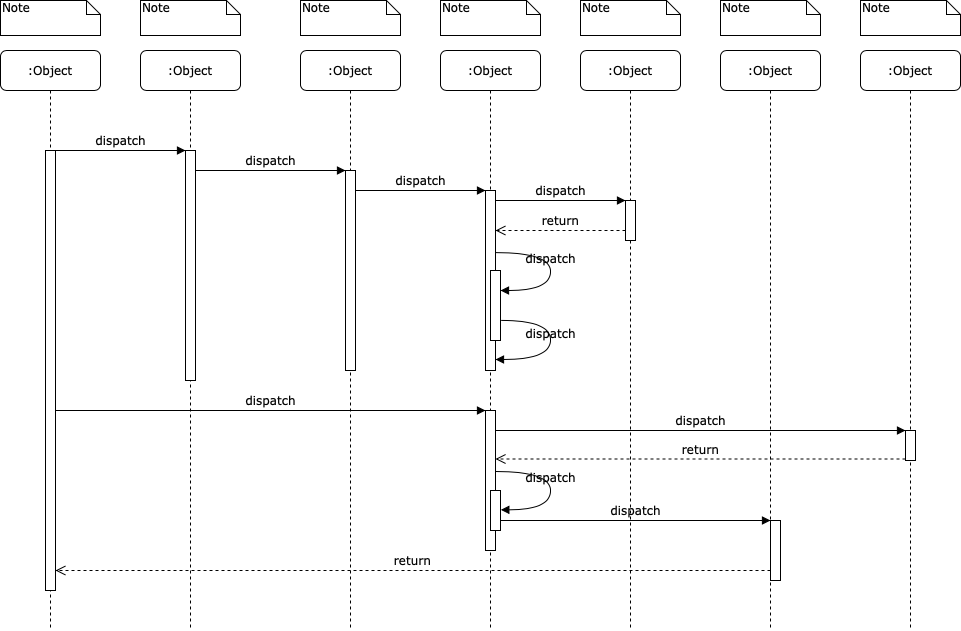
The draw.io diagram ecommerce.drawio.png in hanukathas/system-design-diagrams, before a commit. Source tidied: cells renumbered, new cells last; positions are measured from the earlier drawing's top-left corner, leaving out a move shared by most shapes.
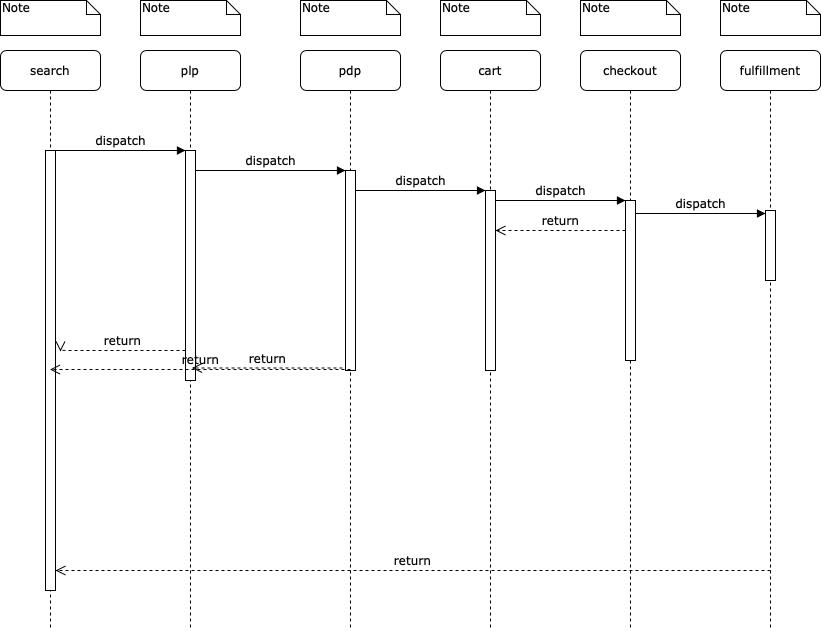
After the commit.

What changed in the source:
```diff
@@ -2,31 +2,57 @@
   <root>
     <mxCell id="0" />
     <mxCell id="1" parent="0" />
-    <mxCell id="2" value=":Object" style="shape=umlLifeline;perimeter=lifelinePerimeter;whiteSpace=wrap;html=1;rounded=1;shadow=0;comic=0;labelBackgroundColor=none;strokeWidth=1;fontFamily=Verdana;fontSize=12;align=center;" parent="1" vertex="1">
+    <mxCell id="2" value="plp" style="shape=umlLifeline;perimeter=lifelinePerimeter;whiteSpace=wrap;html=1;rounded=1;shadow=0;comic=0;labelBackgroundColor=none;strokeWidth=1;fontFamily=Verdana;fontSize=12;align=center;" parent="1" vertex="1">
       <mxGeometry x="140" y="50" width="100" height="580" as="geometry" />
     </mxCell>
     <mxCell id="3" style="html=1;points=[];perimeter=orthogonalPerimeter;rounded=0;shadow=0;comic=0;labelBackgroundColor=none;strokeWidth=1;fontFamily=Verdana;fontSize=12;align=center;" parent="2" vertex="1">
       <mxGeometry x="45" y="100" width="10" height="230" as="geometry" />
     </mxCell>
+    <mxCell id="39" value="return" style="html=1;verticalAlign=bottom;endArrow=open;dashed=1;endSize=8;labelBackgroundColor=none;fontFamily=Verdana;fontSize=12;edgeStyle=elbowEdgeStyle;elbow=vertical;" parent="2" edge="1">
+      <mxGeometry relative="1" as="geometry">
+        <mxPoint x="202" y="317.5" as="sourcePoint" />
+        <mxPoint x="51.5" y="317.5" as="targetPoint" />
+        <Array as="points">
+          <mxPoint x="147" y="317.5" />
+          <mxPoint x="177" y="317.5" />
+        </Array>
+      </mxGeometry>
+    </mxCell>
+    <mxCell id="40" value="return" style="html=1;verticalAlign=bottom;endArrow=open;dashed=1;endSize=8;labelBackgroundColor=none;fontFamily=Verdana;fontSize=12;edgeStyle=elbowEdgeStyle;elbow=vertical;" parent="2" edge="1">
+      <mxGeometry relative="1" as="geometry">
+        <mxPoint x="45" y="300" as="sourcePoint" />
+        <mxPoint x="-80" y="301" as="targetPoint" />
+        <Array as="points">
+          <mxPoint x="-10" y="300" />
+          <mxPoint x="20" y="300" />
+        </Array>
+      </mxGeometry>
+    </mxCell>
-    <mxCell id="4" value=":Object" style="shape=umlLifeline;perimeter=lifelinePerimeter;whiteSpace=wrap;html=1;rounded=1;shadow=0;comic=0;labelBackgroundColor=none;strokeWidth=1;fontFamily=Verdana;fontSize=12;align=center;" parent="1" vertex="1">
+    <mxCell id="4" value="pdp" style="shape=umlLifeline;perimeter=lifelinePerimeter;whiteSpace=wrap;html=1;rounded=1;shadow=0;comic=0;labelBackgroundColor=none;strokeWidth=1;fontFamily=Verdana;fontSize=12;align=center;" parent="1" vertex="1">
       <mxGeometry x="300" y="50" width="100" height="580" as="geometry" />
     </mxCell>
     <mxCell id="5" style="html=1;points=[];perimeter=orthogonalPerimeter;rounded=0;shadow=0;comic=0;labelBackgroundColor=none;strokeWidth=1;fontFamily=Verdana;fontSize=12;align=center;" parent="4" vertex="1">
       <mxGeometry x="45" y="120" width="10" height="200" as="geometry" />
     </mxCell>
-    <mxCell id="6" value=":Object" style="shape=umlLifeline;perimeter=lifelinePerimeter;whiteSpace=wrap;html=1;rounded=1;shadow=0;comic=0;labelBackgroundColor=none;strokeWidth=1;fontFamily=Verdana;fontSize=12;align=center;" parent="1" vertex="1">
+    <mxCell id="6" value="cart" style="shape=umlLifeline;perimeter=lifelinePerimeter;whiteSpace=wrap;html=1;rounded=1;shadow=0;comic=0;labelBackgroundColor=none;strokeWidth=1;fontFamily=Verdana;fontSize=12;align=center;" parent="1" vertex="1">
       <mxGeometry x="440" y="50" width="100" height="580" as="geometry" />
     </mxCell>
-    <mxCell id="7" value=":Object" style="shape=umlLifeline;perimeter=lifelinePerimeter;whiteSpace=wrap;html=1;rounded=1;shadow=0;comic=0;labelBackgroundColor=none;strokeWidth=1;fontFamily=Verdana;fontSize=12;align=center;" parent="1" vertex="1">
+    <mxCell id="7" value="checkout" style="shape=umlLifeline;perimeter=lifelinePerimeter;whiteSpace=wrap;html=1;rounded=1;shadow=0;comic=0;labelBackgroundColor=none;strokeWidth=1;fontFamily=Verdana;fontSize=12;align=center;" parent="1" vertex="1">
       <mxGeometry x="580" y="50" width="100" height="580" as="geometry" />
     </mxCell>
-    <mxCell id="8" value=":Object" style="shape=umlLifeline;perimeter=lifelinePerimeter;whiteSpace=wrap;html=1;rounded=1;shadow=0;comic=0;labelBackgroundColor=none;strokeWidth=1;fontFamily=Verdana;fontSize=12;align=center;" parent="1" vertex="1">
+    <mxCell id="8" value="fulfillment" style="shape=umlLifeline;perimeter=lifelinePerimeter;whiteSpace=wrap;html=1;rounded=1;shadow=0;comic=0;labelBackgroundColor=none;strokeWidth=1;fontFamily=Verdana;fontSize=12;align=center;" parent="1" vertex="1">
       <mxGeometry x="720" y="50" width="100" height="580" as="geometry" />
     </mxCell>
-    <mxCell id="9" value=":Object" style="shape=umlLifeline;perimeter=lifelinePerimeter;whiteSpace=wrap;html=1;rounded=1;shadow=0;comic=0;labelBackgroundColor=none;strokeWidth=1;fontFamily=Verdana;fontSize=12;align=center;" parent="1" vertex="1">
-      <mxGeometry x="860" y="50" width="100" height="580" as="geometry" />
-    </mxCell>
+    <mxCell id="27" style="html=1;points=[];perimeter=orthogonalPerimeter;rounded=0;shadow=0;comic=0;labelBackgroundColor=none;strokeWidth=1;fontFamily=Verdana;fontSize=12;align=center;" parent="8" vertex="1">
+      <mxGeometry x="45" y="160" width="10" height="70" as="geometry" />
+    </mxCell>
+    <mxCell id="23" value="dispatch" style="html=1;verticalAlign=bottom;endArrow=block;entryX=0;entryY=0;labelBackgroundColor=none;fontFamily=Verdana;fontSize=12;edgeStyle=elbowEdgeStyle;elbow=vertical;" parent="8" edge="1">
+      <mxGeometry relative="1" as="geometry">
+        <mxPoint x="-85" y="163" as="sourcePoint" />
+        <mxPoint x="45" y="163" as="targetPoint" />
+      </mxGeometry>
+    </mxCell>
-    <mxCell id="10" value=":Object" style="shape=umlLifeline;perimeter=lifelinePerimeter;whiteSpace=wrap;html=1;rounded=1;shadow=0;comic=0;labelBackgroundColor=none;strokeWidth=1;fontFamily=Verdana;fontSize=12;align=center;" parent="1" vertex="1">
+    <mxCell id="10" value="search" style="shape=umlLifeline;perimeter=lifelinePerimeter;whiteSpace=wrap;html=1;rounded=1;shadow=0;comic=0;labelBackgroundColor=none;strokeWidth=1;fontFamily=Verdana;fontSize=12;align=center;" parent="1" vertex="1">
       <mxGeometry y="50" width="100" height="580" as="geometry" />
     </mxCell>
     <mxCell id="11" style="html=1;points=[];perimeter=orthogonalPerimeter;rounded=0;shadow=0;comic=0;labelBackgroundColor=none;strokeWidth=1;fontFamily=Verdana;fontSize=12;align=center;" parent="10" vertex="1">
@@ -43,7 +69,7 @@
       </mxGeometry>
     </mxCell>
     <mxCell id="14" style="html=1;points=[];perimeter=orthogonalPerimeter;rounded=0;shadow=0;comic=0;labelBackgroundColor=none;strokeWidth=1;fontFamily=Verdana;fontSize=12;align=center;" parent="1" vertex="1">
-      <mxGeometry x="625" y="200" width="10" height="40" as="geometry" />
+      <mxGeometry x="625" y="200" width="10" height="160" as="geometry" />
     </mxCell>
     <mxCell id="15" value="dispatch" style="html=1;verticalAlign=bottom;endArrow=block;entryX=0;entryY=0;labelBackgroundColor=none;fontFamily=Verdana;fontSize=12;edgeStyle=elbowEdgeStyle;elbow=vertical;" parent="1" edge="1" source="12" target="14">
       <mxGeometry relative="1" as="geometry" />
@@ -56,29 +82,9 @@
         </Array>
       </mxGeometry>
     </mxCell>
-    <mxCell id="17" style="html=1;points=[];perimeter=orthogonalPerimeter;rounded=0;shadow=0;comic=0;labelBackgroundColor=none;strokeWidth=1;fontFamily=Verdana;fontSize=12;align=center;" parent="1" vertex="1">
-      <mxGeometry x="485" y="410" width="10" height="140" as="geometry" />
-    </mxCell>
-    <mxCell id="18" value="dispatch" style="html=1;verticalAlign=bottom;endArrow=block;entryX=0;entryY=0;labelBackgroundColor=none;fontFamily=Verdana;fontSize=12;" parent="1" edge="1" source="11" target="17">
-      <mxGeometry relative="1" as="geometry" />
-    </mxCell>
-    <mxCell id="19" style="html=1;points=[];perimeter=orthogonalPerimeter;rounded=0;shadow=0;comic=0;labelBackgroundColor=none;strokeColor=#000000;strokeWidth=1;fillColor=#FFFFFF;fontFamily=Verdana;fontSize=12;fontColor=#000000;align=center;" parent="1" vertex="1">
-      <mxGeometry x="905" y="430" width="10" height="30" as="geometry" />
-    </mxCell>
-    <mxCell id="20" value="dispatch" style="html=1;verticalAlign=bottom;endArrow=block;entryX=0;entryY=0;labelBackgroundColor=none;fontFamily=Verdana;fontSize=12;" parent="1" edge="1" source="17" target="19">
-      <mxGeometry relative="1" as="geometry" />
-    </mxCell>
-    <mxCell id="21" value="return" style="html=1;verticalAlign=bottom;endArrow=open;dashed=1;endSize=8;exitX=0;exitY=0.95;labelBackgroundColor=none;fontFamily=Verdana;fontSize=12;" parent="1" edge="1" source="19" target="17">
-      <mxGeometry relative="1" as="geometry" />
-    </mxCell>
-    <mxCell id="22" style="html=1;points=[];perimeter=orthogonalPerimeter;rounded=0;shadow=0;comic=0;labelBackgroundColor=none;strokeWidth=1;fontFamily=Verdana;fontSize=12;align=center;" parent="1" vertex="1">
-      <mxGeometry x="770" y="520" width="10" height="60" as="geometry" />
-    </mxCell>
-    <mxCell id="23" value="dispatch" style="html=1;verticalAlign=bottom;endArrow=block;entryX=0;entryY=0;labelBackgroundColor=none;fontFamily=Verdana;fontSize=12;edgeStyle=elbowEdgeStyle;elbow=vertical;" parent="1" edge="1" source="30" target="22">
-      <mxGeometry relative="1" as="geometry" />
-    </mxCell>
-    <mxCell id="24" value="return" style="html=1;verticalAlign=bottom;endArrow=open;dashed=1;endSize=8;labelBackgroundColor=none;fontFamily=Verdana;fontSize=12;edgeStyle=elbowEdgeStyle;elbow=vertical;" parent="1" edge="1" source="22" target="11">
+    <mxCell id="24" value="return" style="html=1;verticalAlign=bottom;endArrow=open;dashed=1;endSize=8;labelBackgroundColor=none;fontFamily=Verdana;fontSize=12;edgeStyle=elbowEdgeStyle;elbow=vertical;" parent="1" edge="1" target="11">
       <mxGeometry relative="1" as="geometry">
+        <mxPoint x="770" y="570" as="sourcePoint" />
         <Array as="points">
           <mxPoint x="470" y="570" />
         </Array>
@@ -90,39 +96,6 @@
     <mxCell id="26" value="dispatch" style="html=1;verticalAlign=bottom;endArrow=block;entryX=0;entryY=0;labelBackgroundColor=none;fontFamily=Verdana;fontSize=12;edgeStyle=elbowEdgeStyle;elbow=vertical;" parent="1" edge="1" source="3" target="5">
       <mxGeometry relative="1" as="geometry" />
     </mxCell>
-    <mxCell id="27" style="html=1;points=[];perimeter=orthogonalPerimeter;rounded=0;shadow=0;comic=0;labelBackgroundColor=none;strokeWidth=1;fontFamily=Verdana;fontSize=12;align=center;" parent="1" vertex="1">
-      <mxGeometry x="490" y="270" width="10" height="70" as="geometry" />
-    </mxCell>
-    <mxCell id="28" value="dispatch" style="html=1;verticalAlign=bottom;endArrow=block;labelBackgroundColor=none;fontFamily=Verdana;fontSize=12;elbow=vertical;edgeStyle=orthogonalEdgeStyle;curved=1;entryX=1;entryY=0.286;entryPerimeter=0;exitX=1.038;exitY=0.345;exitPerimeter=0;" parent="1" edge="1" source="12" target="27">
-      <mxGeometry relative="1" as="geometry">
-        <Array as="points">
-          <mxPoint x="550" y="252" />
-          <mxPoint x="550" y="290" />
-        </Array>
-      </mxGeometry>
-    </mxCell>
-    <mxCell id="29" value="dispatch" style="html=1;verticalAlign=bottom;endArrow=block;labelBackgroundColor=none;fontFamily=Verdana;fontSize=12;elbow=vertical;edgeStyle=orthogonalEdgeStyle;curved=1;exitX=1.066;exitY=0.713;exitPerimeter=0;" parent="1" edge="1" source="27">
-      <mxGeometry relative="1" as="geometry">
-        <mxPoint x="495" y="359" as="targetPoint" />
-        <Array as="points">
-          <mxPoint x="550" y="320" />
-          <mxPoint x="550" y="359" />
-        </Array>
-      </mxGeometry>
-    </mxCell>
-    <mxCell id="30" style="html=1;points=[];perimeter=orthogonalPerimeter;rounded=0;shadow=0;comic=0;labelBackgroundColor=none;strokeWidth=1;fontFamily=Verdana;fontSize=12;align=center;" parent="1" vertex="1">
-      <mxGeometry x="490" y="490" width="10" height="40" as="geometry" />
-    </mxCell>
-    <mxCell id="31" value="dispatch" style="html=1;verticalAlign=bottom;endArrow=block;labelBackgroundColor=none;fontFamily=Verdana;fontSize=12;elbow=vertical;edgeStyle=orthogonalEdgeStyle;curved=1;entryX=1;entryY=0.286;entryPerimeter=0;exitX=1.038;exitY=0.345;exitPerimeter=0;" parent="1" edge="1">
-      <mxGeometry relative="1" as="geometry">
-        <mxPoint x="495.3" y="471" as="sourcePoint" />
-        <mxPoint x="500.3" y="509.3" as="targetPoint" />
-        <Array as="points">
-          <mxPoint x="550" y="471" />
-          <mxPoint x="550" y="509" />
-        </Array>
-      </mxGeometry>
-    </mxCell>
     <mxCell id="32" value="Note" style="shape=note;whiteSpace=wrap;html=1;size=14;verticalAlign=top;align=left;spacingTop=-6;rounded=0;shadow=0;comic=0;labelBackgroundColor=none;strokeWidth=1;fontFamily=Verdana;fontSize=12;" parent="1" vertex="1">
       <mxGeometry width="100" height="35" as="geometry" />
     </mxCell>
@@ -141,8 +114,15 @@
     <mxCell id="37" value="Note" style="shape=note;whiteSpace=wrap;html=1;size=14;verticalAlign=top;align=left;spacingTop=-6;rounded=0;shadow=0;comic=0;labelBackgroundColor=none;strokeWidth=1;fontFamily=Verdana;fontSize=12;" parent="1" vertex="1">
       <mxGeometry x="720" width="100" height="35" as="geometry" />
     </mxCell>
-    <mxCell id="38" value="Note" style="shape=note;whiteSpace=wrap;html=1;size=14;verticalAlign=top;align=left;spacingTop=-6;rounded=0;shadow=0;comic=0;labelBackgroundColor=none;strokeWidth=1;fontFamily=Verdana;fontSize=12;" parent="1" vertex="1">
-      <mxGeometry x="860" width="100" height="35" as="geometry" />
-    </mxCell>
+    <mxCell id="41" value="return" style="html=1;verticalAlign=bottom;endArrow=open;dashed=1;endSize=8;labelBackgroundColor=none;fontFamily=Verdana;fontSize=12;edgeStyle=elbowEdgeStyle;elbow=vertical;" parent="1" edge="1">
+      <mxGeometry relative="1" as="geometry">
+        <mxPoint x="350" y="369" as="sourcePoint" />
+        <mxPoint x="49.5" y="369" as="targetPoint" />
+        <Array as="points">
+          <mxPoint x="295" y="369" />
+          <mxPoint x="325" y="369" />
+        </Array>
+      </mxGeometry>
+    </mxCell>
   </root>
 </mxGraphModel>
```
